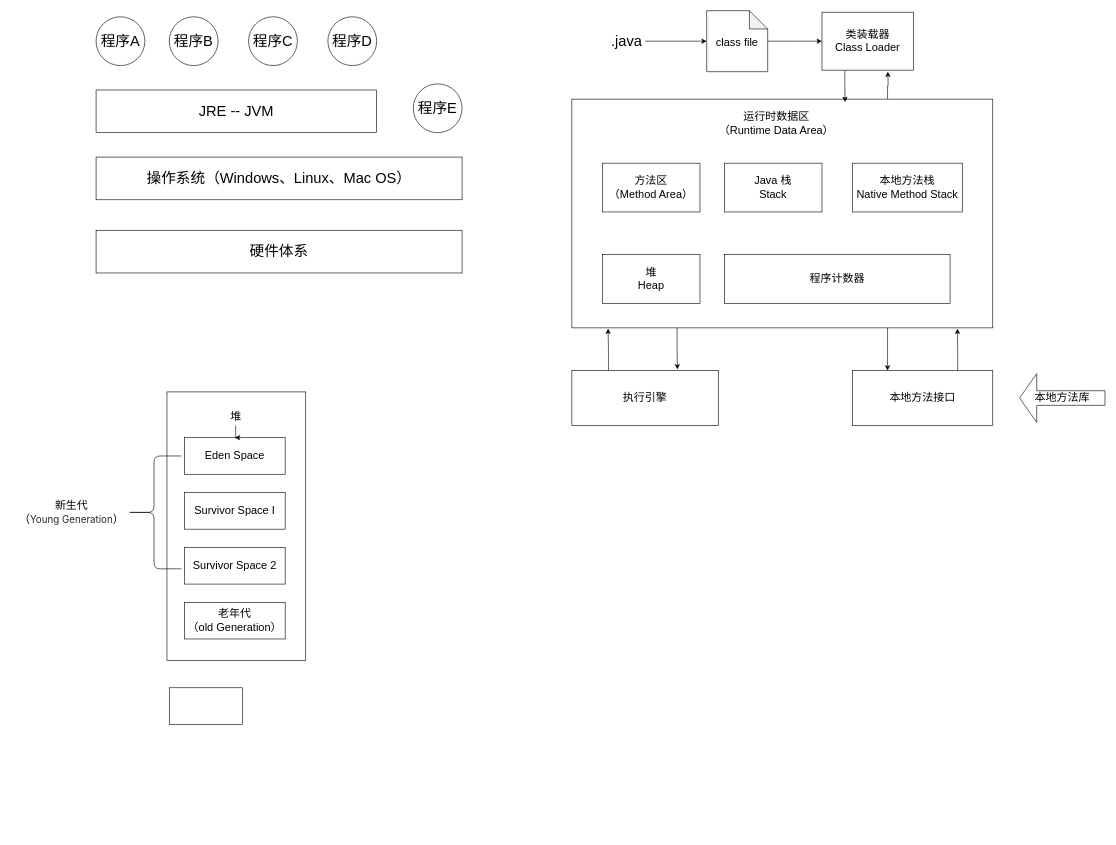
The draw.io diagram JVM.drawio in haxianhe/diagrams, before the edit. Source tidied: cells renumbered, new cells numbered last; positions are measured from the earlier drawing's top-left corner, leaving out a move shared by most shapes. Both pictures are drawn from the tidied source at 61%, with x=0, y=0 at pixel (10, 10).
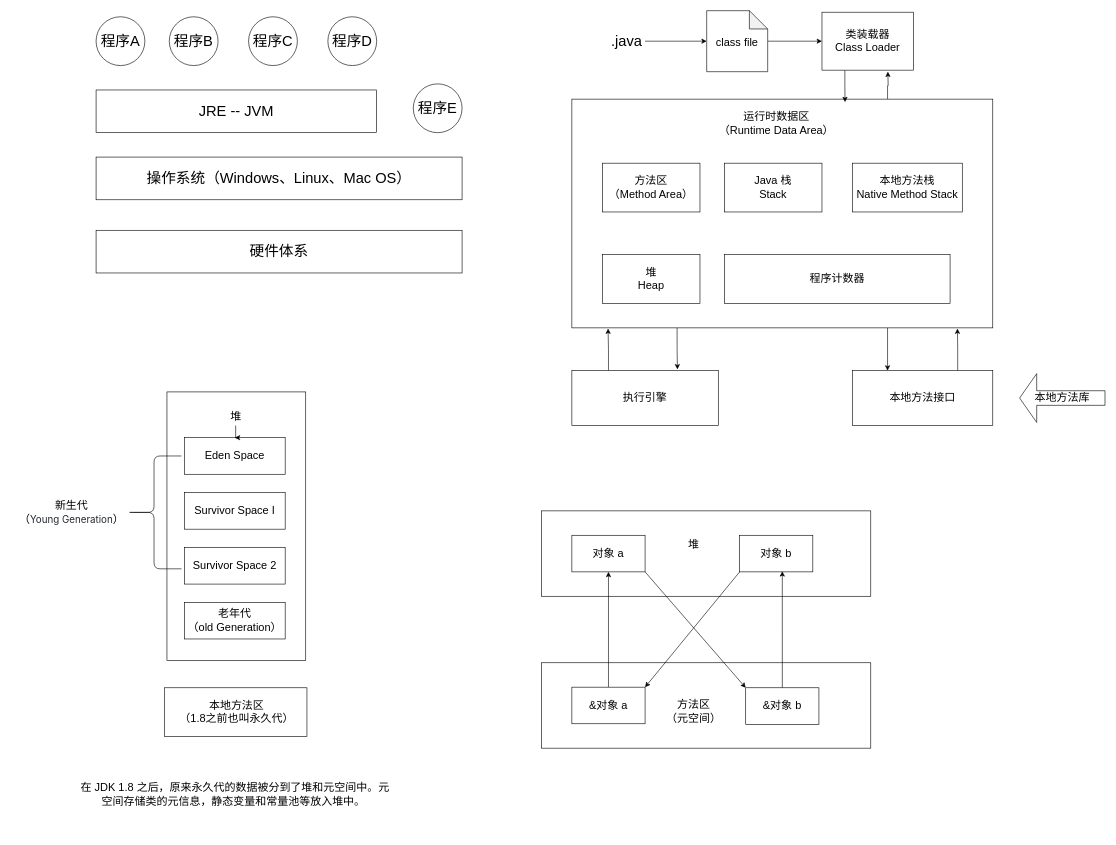
After the change.

Change to the diagram source:
```diff
@@
     <mxCell id="38" style="rounded=0;whiteSpace=wrap;html=1;fontSize=18;" parent="1" vertex="1">
-      <mxGeometry x="260" y="1110" width="120" height="60" as="geometry" />
+      <mxGeometry x="251.9" y="1110" width="233.8" height="80" as="geometry" />
     </mxCell>
@@
+    <mxCell id="41" value="本地方法区&lt;br&gt;（1.8之前也叫永久代）" style="text;html=1;strokeColor=none;fillColor=none;align=center;verticalAlign=middle;whiteSpace=wrap;rounded=0;fontSize=18;" parent="1" vertex="1">
+      <mxGeometry x="257.5" y="1133.8" width="225" height="32.5" as="geometry" />
+    </mxCell>
+    <mxCell id="42" value="&lt;div&gt;在 JDK 1.8 之后，原来永久代的数据被分到了堆和元空间中。元空间存储类的元信息，静态变量和常量池等放入堆中。&amp;nbsp;&lt;/div&gt;" style="text;html=1;strokeColor=none;fillColor=none;align=center;verticalAlign=middle;whiteSpace=wrap;rounded=0;fontSize=18;" parent="1" vertex="1">
+      <mxGeometry x="112.5" y="1220" width="510" height="130" as="geometry" />
+    </mxCell>
+    <mxCell id="43" style="rounded=0;whiteSpace=wrap;html=1;fontSize=18;" parent="1" vertex="1">
+      <mxGeometry x="870" y="820" width="540" height="140" as="geometry" />
+    </mxCell>
+    <mxCell id="44" style="rounded=0;whiteSpace=wrap;html=1;fontSize=18;" parent="1" vertex="1">
+      <mxGeometry x="870" y="1069" width="540" height="140" as="geometry" />
+    </mxCell>
+    <mxCell id="45" style="rounded=0;jettySize=auto;html=1;exitX=1;exitY=1;exitDx=0;exitDy=0;entryX=0;entryY=0;entryDx=0;entryDy=0;fontSize=18;" parent="1" edge="1" source="46" target="52">
+      <mxGeometry relative="1" as="geometry" />
+    </mxCell>
+    <mxCell id="46" value="对象 a" style="rounded=0;whiteSpace=wrap;html=1;fontSize=18;fillColor=#FFFFFF;" parent="1" vertex="1">
+      <mxGeometry x="920" y="860" width="120" height="60" as="geometry" />
+    </mxCell>
+    <mxCell id="47" style="edgeStyle=none;rounded=0;jettySize=auto;html=1;exitX=0;exitY=1;exitDx=0;exitDy=0;entryX=1;entryY=0;entryDx=0;entryDy=0;fontSize=18;" parent="1" edge="1" source="48" target="50">
+      <mxGeometry relative="1" as="geometry" />
+    </mxCell>
+    <mxCell id="48" value="对象 b" style="rounded=0;whiteSpace=wrap;html=1;fontSize=18;fillColor=#FFFFFF;" parent="1" vertex="1">
+      <mxGeometry x="1195" y="860" width="120" height="60" as="geometry" />
+    </mxCell>
+    <mxCell id="49" style="edgeStyle=orthogonalEdgeStyle;rounded=0;jettySize=auto;html=1;exitX=0.5;exitY=0;exitDx=0;exitDy=0;fontSize=18;" parent="1" edge="1" source="50" target="46">
+      <mxGeometry relative="1" as="geometry" />
+    </mxCell>
+    <mxCell id="50" value="&amp;amp;对象 a" style="rounded=0;whiteSpace=wrap;html=1;fontSize=18;fillColor=#FFFFFF;" parent="1" vertex="1">
+      <mxGeometry x="920" y="1109" width="120" height="60" as="geometry" />
+    </mxCell>
+    <mxCell id="51" style="edgeStyle=orthogonalEdgeStyle;rounded=0;jettySize=auto;html=1;exitX=0.5;exitY=0;exitDx=0;exitDy=0;entryX=0.583;entryY=0.983;entryDx=0;entryDy=0;entryPerimeter=0;fontSize=18;" parent="1" edge="1" source="52" target="48">
+      <mxGeometry relative="1" as="geometry" />
+    </mxCell>
+    <mxCell id="52" value="&amp;amp;对象 b" style="rounded=0;whiteSpace=wrap;html=1;fontSize=18;fillColor=#FFFFFF;" parent="1" vertex="1">
+      <mxGeometry x="1205" y="1110" width="120" height="60" as="geometry" />
+    </mxCell>
+    <mxCell id="53" value="堆" style="text;html=1;strokeColor=none;fillColor=none;align=center;verticalAlign=middle;whiteSpace=wrap;rounded=0;fontSize=18;" parent="1" vertex="1">
+      <mxGeometry x="1090" y="860" width="60" height="30" as="geometry" />
+    </mxCell>
+    <mxCell id="54" value="方法区&lt;br&gt;（元空间）" style="text;html=1;strokeColor=none;fillColor=none;align=center;verticalAlign=middle;whiteSpace=wrap;rounded=0;fontSize=18;" parent="1" vertex="1">
+      <mxGeometry x="1065" y="1132.5" width="110" height="33.8" as="geometry" />
+    </mxCell>
```
